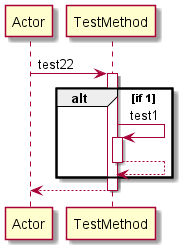
Earlier version of the PlantUML export Diagrams/BLOCK/test22.png (manucapo/Gardener).
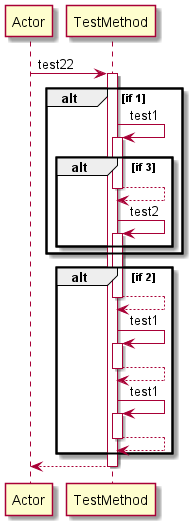
After the commit.

Diff of the diagram source:
```diff
@@ -5,6 +5,22 @@
 alt if 1
 TestMethod -> TestMethod: test1
 activate TestMethod
+alt if 3
+TestMethod-->TestMethod
+deactivate TestMethod
+TestMethod -> TestMethod: test2
+activate TestMethod
+end
+end
+alt if 2
+TestMethod-->TestMethod
+deactivate TestMethod
+TestMethod -> TestMethod: test1
+activate TestMethod
+TestMethod-->TestMethod
+deactivate TestMethod
+TestMethod -> TestMethod: test1
+activate TestMethod
 TestMethod-->TestMethod
 deactivate TestMethod
 end
```
